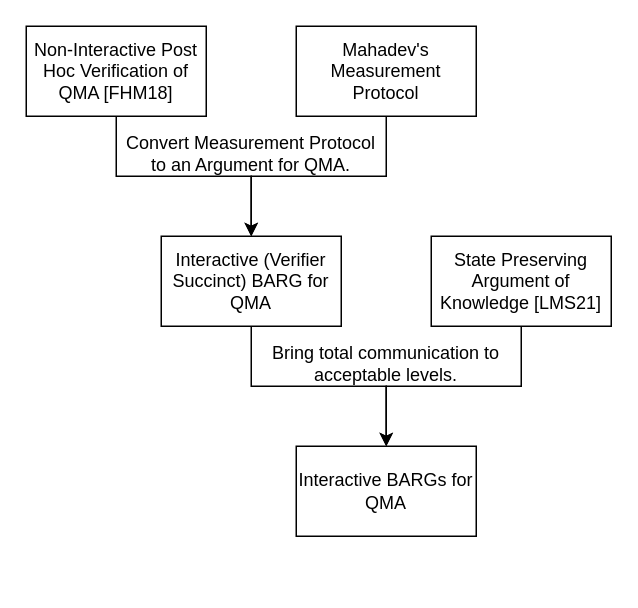
ajx42/picaso keeps this draw.io diagram as BARGForQMA.drawio. Above is the earlier version. Source tidied: cells renumbered, new cells numbered last; positions are measured from the earlier drawing's top-left corner, leaving out a move shared by most shapes. Both pictures are drawn from the tidied source at 150%, with x=0, y=0 at pixel (26, 26).
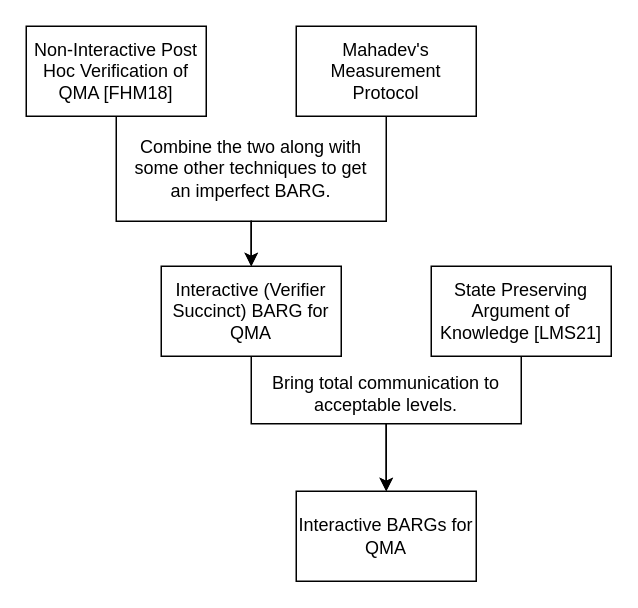
The same diagram, later.

Diff of the diagram source:
```diff
@@
 <mxGraphModel>
   <root>
     <mxCell id="0" />
     <mxCell id="1" parent="0" />
     <mxCell id="2" style="edgeStyle=orthogonalEdgeStyle;rounded=0;jettySize=auto;html=1;exitX=0.5;exitY=1;exitDx=0;exitDy=0;entryX=0.5;entryY=0;entryDx=0;entryDy=0;" parent="1" edge="1" source="3" target="10">
-      <mxGeometry relative="1" as="geometry" />
+      <mxGeometry relative="1" as="geometry">
+        <Array as="points">
+          <mxPoint x="240" y="130" />
+          <mxPoint x="150" y="130" />
+        </Array>
+      </mxGeometry>
     </mxCell>
     <mxCell id="3" value="Mahadev's Measurement Protocol" style="rounded=0;whiteSpace=wrap;html=1;" parent="1" vertex="1">
       <mxGeometry x="180" width="120" height="60" as="geometry" />
     </mxCell>
     <mxCell id="4" style="edgeStyle=orthogonalEdgeStyle;rounded=0;jettySize=auto;html=1;exitX=0.5;exitY=1;exitDx=0;exitDy=0;entryX=0.5;entryY=0;entryDx=0;entryDy=0;" parent="1" edge="1" source="5" target="11">
       <mxGeometry relative="1" as="geometry" />
     </mxCell>
     <mxCell id="5" value="State Preserving Argument of Knowledge [LMS21]" style="rounded=0;whiteSpace=wrap;html=1;" parent="1" vertex="1">
-      <mxGeometry x="270" y="140" width="120" height="60" as="geometry" />
+      <mxGeometry x="270" y="160" width="120" height="60" as="geometry" />
     </mxCell>
     <mxCell id="6" style="edgeStyle=orthogonalEdgeStyle;rounded=0;orthogonalLoop=1;jettySize=auto;html=1;exitX=0;exitY=0.5;exitDx=0;exitDy=0;exitPerimeter=0;" parent="1" edge="1">
       <mxGeometry relative="1" as="geometry">
         <mxPoint x="330" y="110" as="sourcePoint" />
         <mxPoint x="330" y="110" as="targetPoint" />
       </mxGeometry>
     </mxCell>
     <mxCell id="7" style="edgeStyle=orthogonalEdgeStyle;rounded=0;jettySize=auto;html=1;exitX=0.5;exitY=1;exitDx=0;exitDy=0;entryX=0.5;entryY=0;entryDx=0;entryDy=0;" parent="1" edge="1" source="8" target="10">
-      <mxGeometry relative="1" as="geometry" />
+      <mxGeometry relative="1" as="geometry">
+        <Array as="points">
+          <mxPoint x="60" y="130" />
+          <mxPoint x="150" y="130" />
+        </Array>
+      </mxGeometry>
     </mxCell>
     <mxCell id="8" value="Non-Interactive Post Hoc Verification of QMA [FHM18]" style="rounded=0;whiteSpace=wrap;html=1;" parent="1" vertex="1">
       <mxGeometry width="120" height="60" as="geometry" />
     </mxCell>
     <mxCell id="9" style="edgeStyle=orthogonalEdgeStyle;rounded=0;jettySize=auto;html=1;exitX=0.5;exitY=1;exitDx=0;exitDy=0;entryX=0.5;entryY=0;entryDx=0;entryDy=0;" parent="1" edge="1" source="10" target="11">
       <mxGeometry relative="1" as="geometry" />
     </mxCell>
     <mxCell id="10" value="Interactive (Verifier Succinct) BARG for QMA" style="rounded=0;whiteSpace=wrap;html=1;" parent="1" vertex="1">
-      <mxGeometry x="90" y="140" width="120" height="60" as="geometry" />
+      <mxGeometry x="90" y="160" width="120" height="60" as="geometry" />
     </mxCell>
     <mxCell id="11" value="Interactive BARGs for QMA" style="rounded=0;whiteSpace=wrap;html=1;" parent="1" vertex="1">
-      <mxGeometry x="180" y="280" width="120" height="60" as="geometry" />
+      <mxGeometry x="180" y="310" width="120" height="60" as="geometry" />
     </mxCell>
     <mxCell id="12" value="Bring total communication to acceptable levels." style="text;html=1;strokeColor=none;fillColor=none;align=center;verticalAlign=middle;whiteSpace=wrap;rounded=0;" parent="1" vertex="1">
-      <mxGeometry x="155" y="200" width="170" height="50" as="geometry" />
+      <mxGeometry x="155" y="220" width="170" height="50" as="geometry" />
     </mxCell>
-    <mxCell id="13" value="Convert Measurement Protocol to an Argument for QMA." style="text;html=1;strokeColor=none;fillColor=none;align=center;verticalAlign=middle;whiteSpace=wrap;rounded=0;" parent="1" vertex="1">
-      <mxGeometry x="65" y="60" width="170" height="50" as="geometry" />
+    <mxCell id="13" value="Combine the two along with some other techniques to get an imperfect BARG." style="text;html=1;strokeColor=none;fillColor=none;align=center;verticalAlign=middle;whiteSpace=wrap;rounded=0;" parent="1" vertex="1">
+      <mxGeometry x="65" y="70" width="170" height="50" as="geometry" />
     </mxCell>
   </root>
 </mxGraphModel>
```
